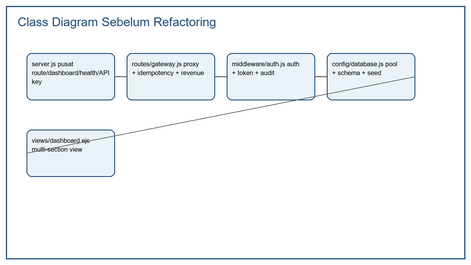
The Graphviz diagram Docs/assets/class_diagram_sebelum_refactoring.png in copetpasarsenin/RPL_Integrator, before a commit. Its source is kept beside it as Docs/assets/class_diagram_sebelum_refactoring.dot.
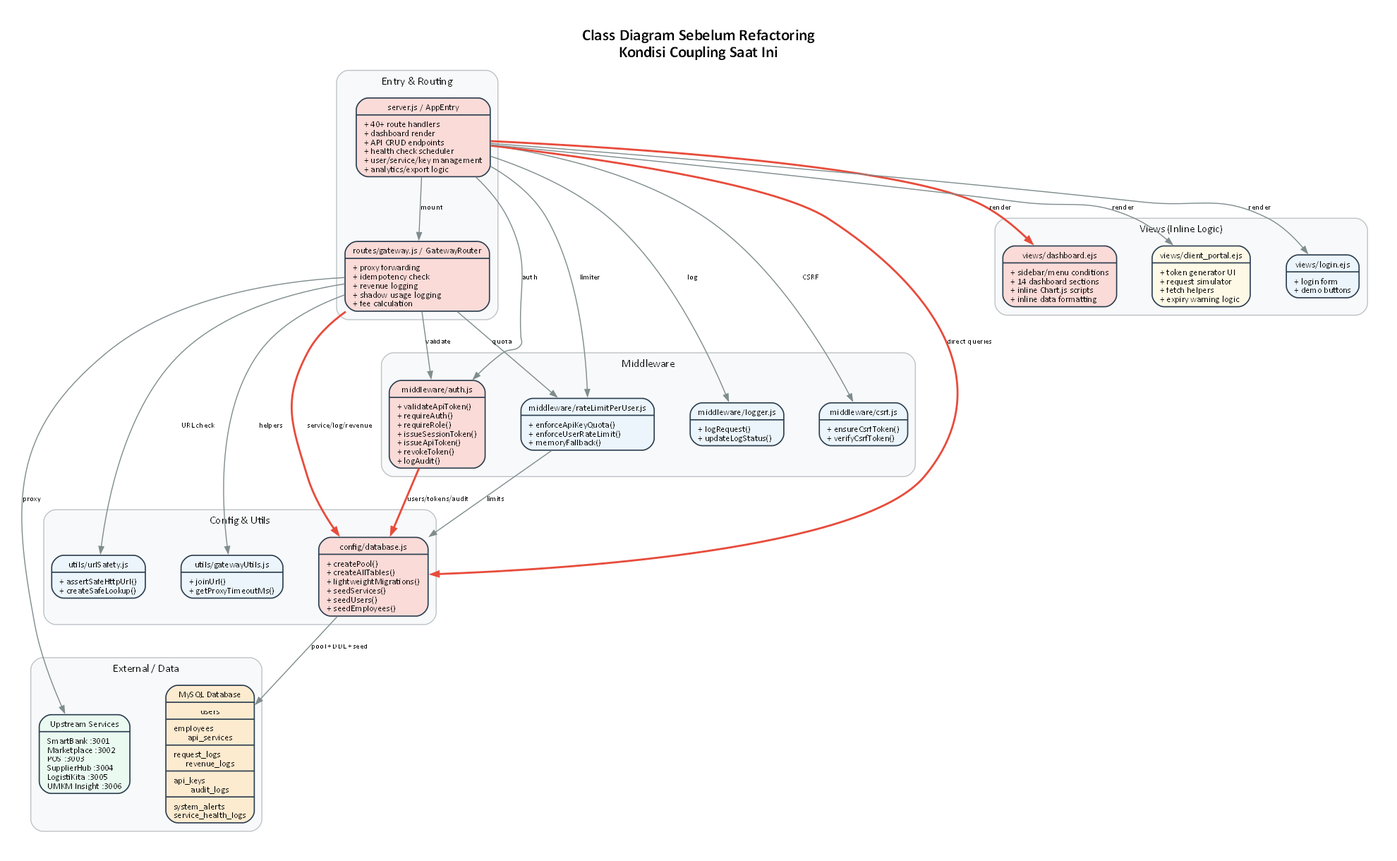
After the commit.

Change to the diagram source:
```diff
@@ -1,33 +1,84 @@
 digraph BeforeRefactoring {
-  graph [rankdir=LR, bgcolor="white", label="Class Diagram Sebelum Refactoring - Current Coupling", labelloc="t", fontsize=18, fontname="Calibri"];
-  node [shape=record, style="rounded,filled", fillcolor="#EAF2F8", color="#1F4E79", fontname="Calibri", fontsize=10];
-  edge [color="#555555", arrowsize=0.8, fontname="Calibri", fontsize=9];
+  graph [
+    rankdir=TB, bgcolor="white", compound=true,
+    label="Class Diagram Sebelum Refactoring\nKondisi Coupling Saat Ini",
+    labelloc="t", fontsize=16, fontname="Calibri Bold",
+    ranksep=0.7, nodesep=0.5, pad=0.3,
+    size="11,7!"
+  ];
+  node [shape=record, style="rounded,filled", fillcolor="#EBF5FB",
+        color="#2C3E50", fontname="Calibri", fontsize=9, penwidth=1.2];
+  edge [color="#7F8C8D", arrowsize=0.7, fontname="Calibri", fontsize=8];
 
-  Server [label="{server.js / ExpressApp|+ app.get('/dashboard')\l+ app.get('/dashboard/services')\l+ app.get('/dashboard/analytics')\l+ app.get('/api/status')\l+ health check scheduler\l+ user/service/API key CRUD\l}", fillcolor="#FADBD8"];
-  GatewayRouter [label="{routes/gateway.js / GatewayRouter|+ router.all('/:service')\l+ router.all('/:service/{*path}')\l+ proxy request\l+ idempotency\l+ revenue logging\l+ shadow usage logging\l}", fillcolor="#FADBD8"];
-  AuthMiddleware [label="{middleware/auth.js / AuthMiddleware|+ validateApiToken()\l+ requireAuth()\l+ requireRole()\l+ issueSessionToken()\l+ issueApiToken()\l+ revoke tokens\l+ logAudit()\l}", fillcolor="#FADBD8"];
-  RateLimit [label="{middleware/rateLimitPerUser.js|+ enforce API key quota\l+ enforce DB user rate limit\l+ memory fallback\l}"];
-  Database [label="{config/database.js|+ create pool\l+ create tables\l+ lightweight migrations\l+ seed services/users/employees\l}", fillcolor="#FADBD8"];
-  DashboardView [label="{views/dashboard.ejs|+ sidebar/menu conditions\l+ overview/services/logs/users\l+ analytics/revenue sections\l+ inline Chart.js scripts\l}", fillcolor="#FADBD8"];
-  ClientPortal [label="{views/client_portal.ejs|+ token generator UI\l+ API key instructions\l+ request simulator\l+ inline fetch helpers\l}"];
-  UrlSafety [label="{utils/urlSafety.js|+ assertSafeHttpUrl()\l+ createSafeLookup()\l+ private IP checks\l}"];
-  GatewayUtils [label="{utils/gatewayUtils.js|+ joinUrl()\l+ appendQueryString()\l+ getProxyTimeoutMs()\l}"];
-  MySQL [label="{MySQL Tables|users\lapi_services\lrequest_logs\lrevenue_logs\lapi_keys\laudit_logs\l}", shape=record, fillcolor="#FDEBD0"];
-  Axios [label="{Axios / Upstream Services|HTTP proxy target\lSmartBank / Marketplace / POS\lSupplierHub / LogistiKita / Insight\l}", fillcolor="#EAFAF1"];
+  /* ── Layer 1: Entry & Routing ── */
+  subgraph cluster_entry {
+    label="Entry & Routing"; style="rounded,filled";
+    fillcolor="#F8F9FA"; color="#BDC3C7"; fontname="Calibri"; fontsize=11;
 
-  Server -> AuthMiddleware [label="auth/session"];
-  Server -> RateLimit [label="API limiter"];
-  Server -> Database [label="queries + init"];
-  Server -> DashboardView [label="render data"];
-  Server -> ClientPortal [label="render portal"];
-  Server -> GatewayRouter [label="mount /integrator"];
-  GatewayRouter -> AuthMiddleware [label="validate token"];
+    Server [label="{server.js / AppEntry|+ 40+ route handlers\l+ dashboard render\l+ API CRUD endpoints\l+ health check scheduler\l+ user/service/key management\l+ analytics/export logic\l}", fillcolor="#FADBD8"];
+    GatewayRouter [label="{routes/gateway.js / GatewayRouter|+ proxy forwarding\l+ idempotency check\l+ revenue logging\l+ shadow usage logging\l+ fee calculation\l}", fillcolor="#FADBD8"];
+  }
+
+  /* ── Layer 2: Middleware ── */
+  subgraph cluster_middleware {
+    label="Middleware"; style="rounded,filled";
+    fillcolor="#F8F9FA"; color="#BDC3C7"; fontname="Calibri"; fontsize=11;
+
+    AuthMiddleware [label="{middleware/auth.js|+ validateApiToken()\l+ requireAuth()\l+ requireRole()\l+ issueSessionToken()\l+ issueApiToken()\l+ revokeToken()\l+ logAudit()\l}", fillcolor="#FADBD8"];
+    Logger [label="{middleware/logger.js|+ logRequest()\l+ updateLogStatus()\l}"];
+    CSRF [label="{middleware/csrf.js|+ ensureCsrfToken()\l+ verifyCsrfToken()\l}"];
+    RateLimit [label="{middleware/rateLimitPerUser.js|+ enforceApiKeyQuota()\l+ enforceUserRateLimit()\l+ memoryFallback()\l}"];
+  }
+
+  /* ── Layer 3: Config & Utils ── */
+  subgraph cluster_config {
+    label="Config & Utils"; style="rounded,filled";
+    fillcolor="#F8F9FA"; color="#BDC3C7"; fontname="Calibri"; fontsize=11;
+
+    DatabaseCfg [label="{config/database.js|+ createPool()\l+ createAllTables()\l+ lightweightMigrations()\l+ seedServices()\l+ seedUsers()\l+ seedEmployees()\l}", fillcolor="#FADBD8"];
+    UrlSafety [label="{utils/urlSafety.js|+ assertSafeHttpUrl()\l+ createSafeLookup()\l}"];
+    GatewayUtils [label="{utils/gatewayUtils.js|+ joinUrl()\l+ getProxyTimeoutMs()\l}"];
+  }
+
+  /* ── Layer 4: Views ── */
+  subgraph cluster_views {
+    label="Views (Inline Logic)"; style="rounded,filled";
+    fillcolor="#F8F9FA"; color="#BDC3C7"; fontname="Calibri"; fontsize=11;
+
+    DashboardView [label="{views/dashboard.ejs|+ sidebar/menu conditions\l+ 14 dashboard sections\l+ inline Chart.js scripts\l+ inline data formatting\l}", fillcolor="#FADBD8"];
+    ClientPortal [label="{views/client_portal.ejs|+ token generator UI\l+ request simulator\l+ fetch helpers\l+ expiry warning logic\l}", fillcolor="#FEF9E7"];
+    LoginView [label="{views/login.ejs|+ login form\l+ demo buttons\l}"];
+  }
+
+  /* ── Layer 5: External / Data ── */
+  subgraph cluster_external {
+    label="External / Data"; style="rounded,filled";
+    fillcolor="#F8F9FA"; color="#BDC3C7"; fontname="Calibri"; fontsize=11;
+
+    MySQL [label="{MySQL Database|users | employees\lapi_services | request_logs\lrevenue_logs | api_keys\laudit_logs | system_alerts\lservice_health_logs\l}", fillcolor="#FDEBD0"];
+    Upstream [label="{Upstream Services|SmartBank :3001\lMarketplace :3002\lPOS :3003\lSupplierHub :3004\lLogistiKita :3005\lUMKM Insight :3006\l}", fillcolor="#EAFAF1"];
+  }
+
+  /* ── Edges: showing heavy coupling ── */
+  Server -> AuthMiddleware [label="auth"];
+  Server -> Logger [label="log"];
+  Server -> CSRF [label="CSRF"];
+  Server -> RateLimit [label="limiter"];
+  Server -> DatabaseCfg [label="direct queries", color="#E74C3C", style=bold];
+  Server -> DashboardView [label="render", color="#E74C3C", style=bold];
+  Server -> ClientPortal [label="render"];
+  Server -> LoginView [label="render"];
+  Server -> GatewayRouter [label="mount"];
+
+  GatewayRouter -> AuthMiddleware [label="validate"];
   GatewayRouter -> RateLimit [label="quota"];
-  GatewayRouter -> Database [label="service/log/revenue"];
-  GatewayRouter -> UrlSafety [label="safe URL"];
-  GatewayRouter -> GatewayUtils [label="URL helpers"];
-  GatewayRouter -> Axios [label="forward request"];
-  AuthMiddleware -> Database [label="users, tokens, audit"];
-  RateLimit -> Database [label="limits/usage"];
-  Database -> MySQL [label="DDL + seed + pool"];
+  GatewayRouter -> DatabaseCfg [label="service/log/revenue", color="#E74C3C", style=bold];
+  GatewayRouter -> UrlSafety [label="URL check"];
+  GatewayRouter -> GatewayUtils [label="helpers"];
+  GatewayRouter -> Upstream [label="proxy"];
+
+  AuthMiddleware -> DatabaseCfg [label="users/tokens/audit", color="#E74C3C", style=bold];
+  RateLimit -> DatabaseCfg [label="limits"];
+
+  DatabaseCfg -> MySQL [label="pool + DDL + seed"];
 }
```
